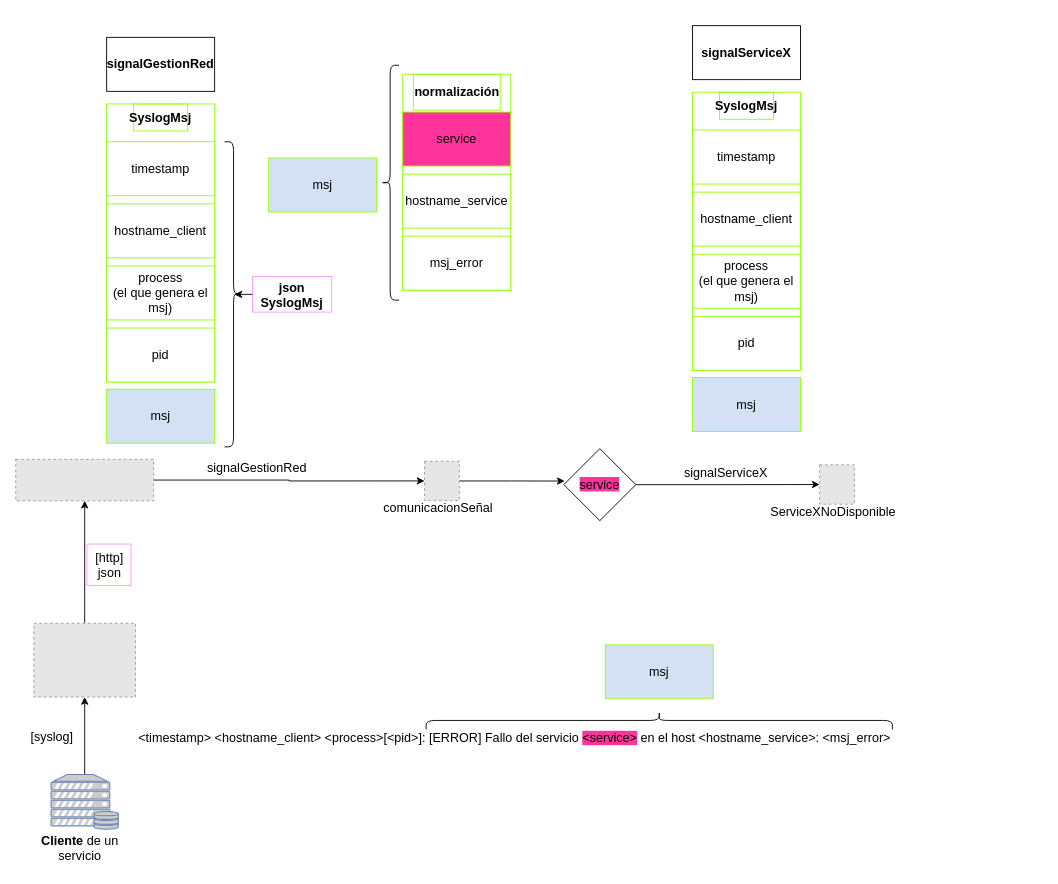
Earlier version of the draw.io diagram page "logstash-gestionRed-comunicacionSeñal" (1 of 3) of esquemaProcesos.drawio (MarianaReyesH/gestionRed). Source tidied: cells renumbered, new cells numbered last; positions are measured from the earlier drawing's top-left corner, leaving out a move shared by most shapes. Both pictures are drawn from the tidied source at 90%, with x=0, y=0 at pixel (15, 15). Pictures stored in the file or linked from it are replaced by grey dashed boxes.
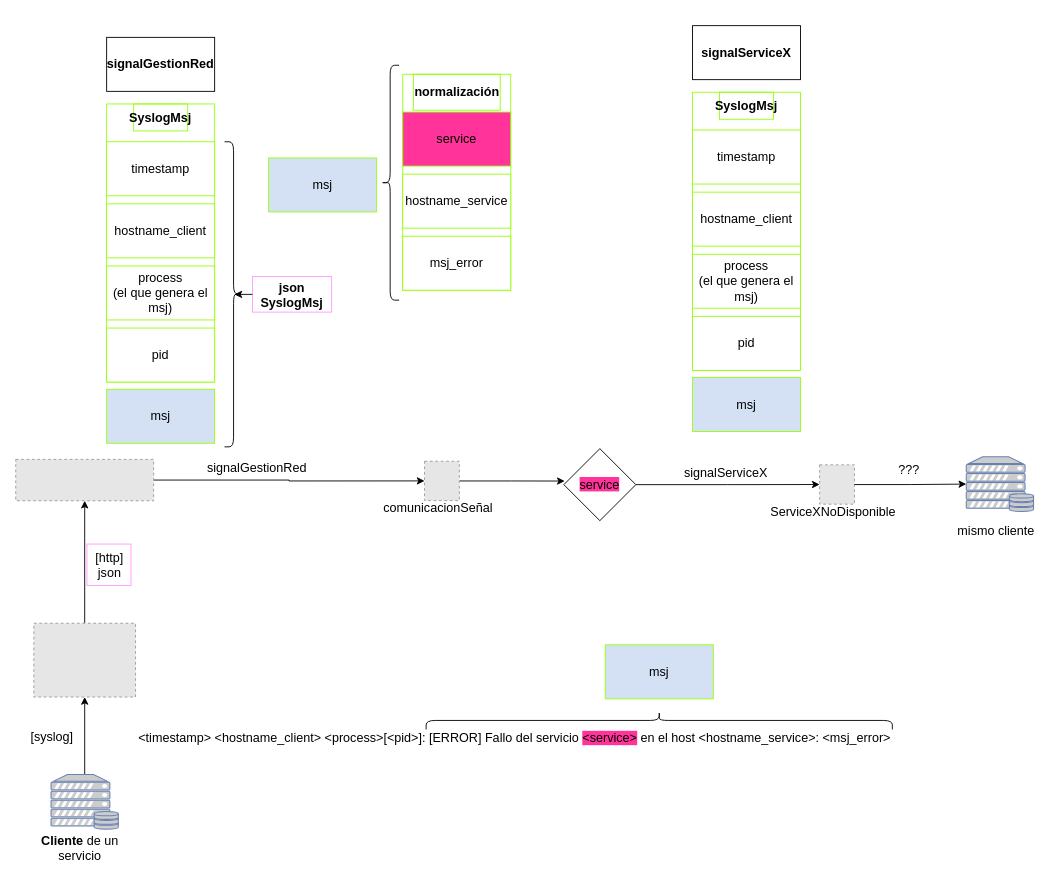
Above is the later version.

Unchanged cells that the change refers to:
```xml
<mxCell id="34" style="fillColor=#E6E6E6;strokeColor=#999999;dashed=1;verticalLabelPosition=bottom;labelBackgroundColor=default;verticalAlign=top;" parent="1" vertex="1">
  <mxGeometry x="893.2" y="499" width="38.7" height="43.7" as="geometry" />
</mxCell>
```

Change to the diagram source:
```diff
@@
+    <mxCell id="54" style="fontColor=#0066CC;verticalAlign=top;verticalLabelPosition=bottom;labelPosition=center;align=center;html=1;fillColor=#CCCCCC;strokeColor=#6881B3;gradientColor=none;gradientDirection=north;strokeWidth=2;shape=mxgraph.networks.server_storage;rounded=0;shadow=0;comic=0;" parent="1" vertex="1">
+      <mxGeometry x="1056.1" y="490" width="74.8" height="60.8" as="geometry" />
+    </mxCell>
+    <mxCell id="55" value="&lt;span style=&quot;font-size: 14px;&quot;&gt;mismo cliente&lt;/span&gt;" style="text;html=1;align=center;verticalAlign=middle;strokeColor=none;fillColor=none;" parent="1" vertex="1">
+      <mxGeometry x="1037" y="558" width="104" height="29" as="geometry" />
+    </mxCell>
+    <mxCell id="56" style="edgeStyle=orthogonalEdgeStyle;rounded=0;jettySize=auto;html=1;entryX=0;entryY=0.5;entryDx=0;entryDy=0;entryPerimeter=0;" parent="1" edge="1" source="34" target="54">
+      <mxGeometry relative="1" as="geometry" />
+    </mxCell>
+    <mxCell id="57" value="&lt;span style=&quot;color: rgb(0, 0, 0); font-family: Helvetica; font-size: 14px; font-style: normal; font-variant-ligatures: normal; font-variant-caps: normal; font-weight: 400; letter-spacing: normal; orphans: 2; text-align: center; text-indent: 0px; text-transform: none; widows: 2; word-spacing: 0px; -webkit-text-stroke-width: 0px; white-space: normal; background-color: rgb(255, 255, 255); text-decoration-thickness: initial; text-decoration-style: initial; text-decoration-color: initial; display: inline !important; float: none;&quot;&gt;???&lt;/span&gt;" style="text;whiteSpace=wrap;html=1;" parent="1" vertex="1">
+      <mxGeometry x="979" y="490" width="67" height="34" as="geometry" />
+    </mxCell>
```
